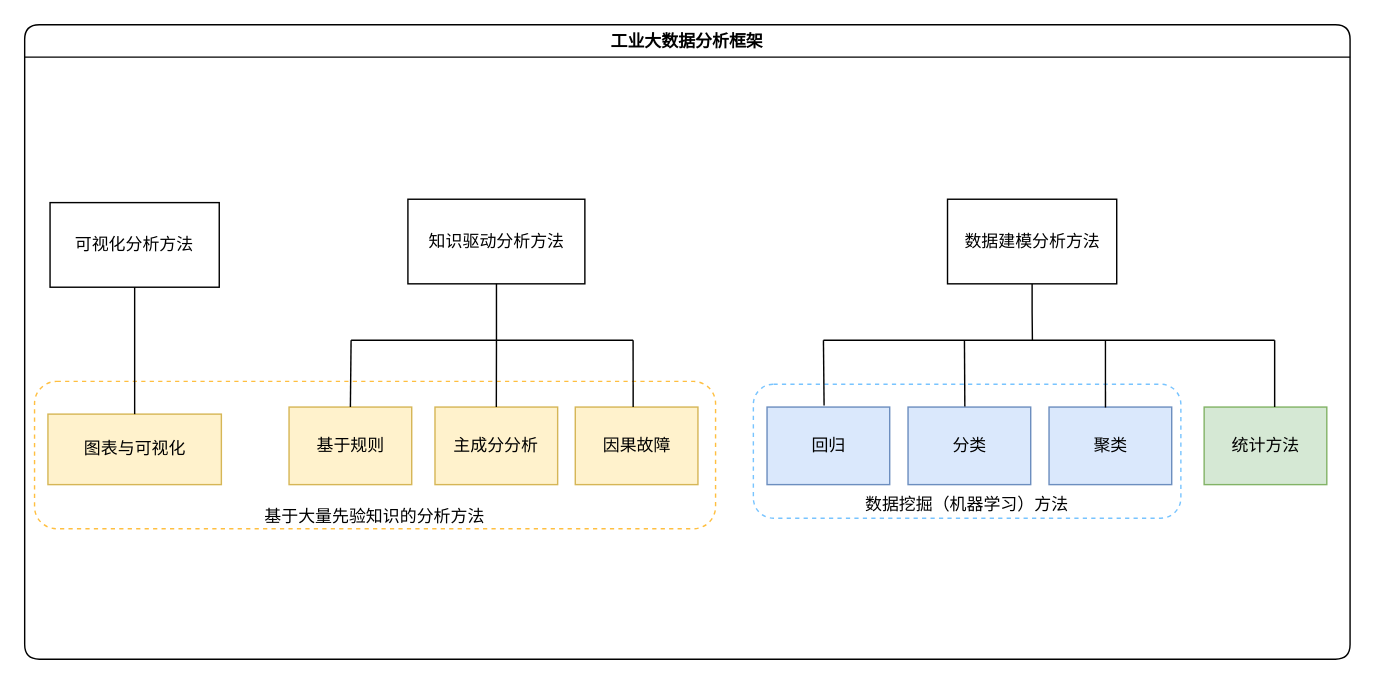
Earlier version of the draw.io diagram images/未命名绘图.drawio.xml (jkjam7/techniques). Source tidied: cells renumbered, new cells numbered last; positions are measured from the earlier drawing's top-left corner, leaving out a move shared by most shapes. Both pictures are drawn from the tidied source at 141%, with x=0, y=0 at pixel (24, 24).
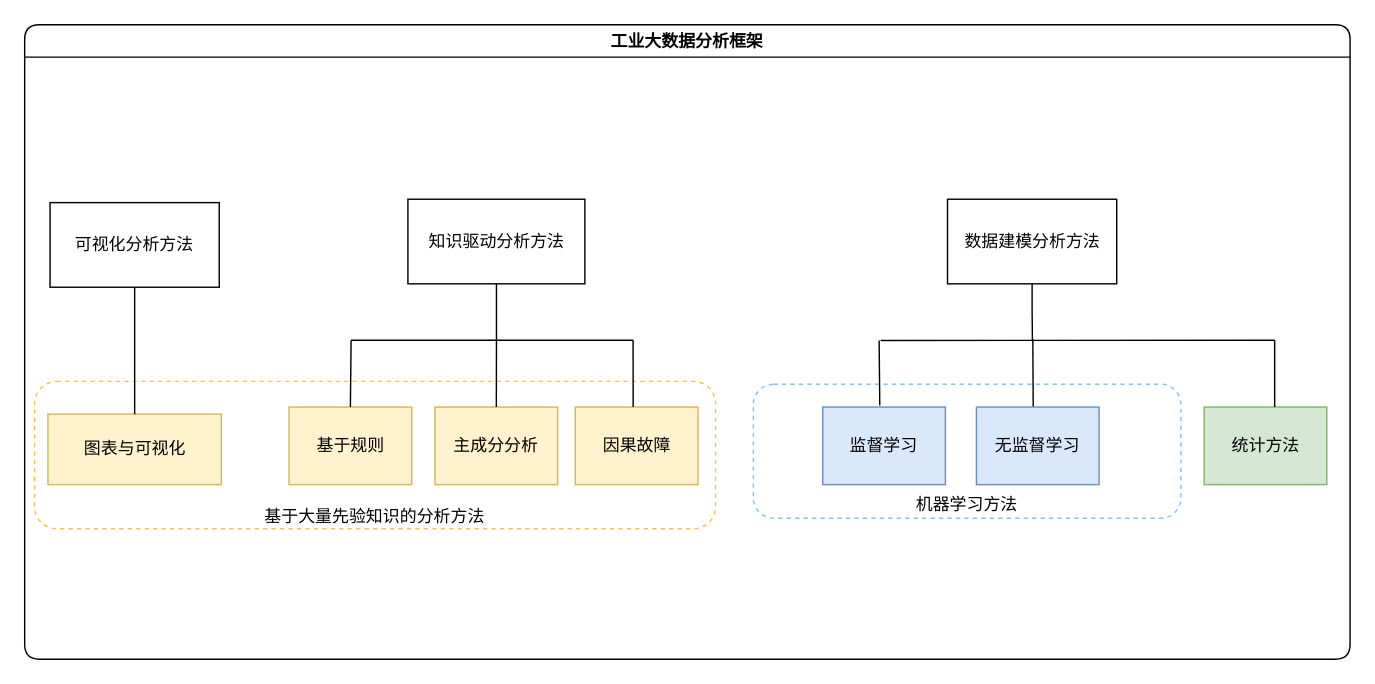
The same diagram, later.

Commit message:
更新未命名绘图.drawio.xml

Change to the diagram source:
```diff
@@
-    <mxCell id="2" value="工业大数据分析框架" style="swimlane;whiteSpace=wrap;html=1;swimlaneLine=1;rounded=1;" parent="1" vertex="1">
+    <mxCell id="2" value="工业大数据分析框架" style="swimlane;whiteSpace=wrap;html=1;swimlaneLine=1;rounded=1;fillColor=default;" parent="1" vertex="1">
       <mxGeometry width="940" height="450" as="geometry" />
     </mxCell>
@@
-    <mxCell id="4" value="数据挖掘（机器学习）方法" style="rounded=1;whiteSpace=wrap;html=1;verticalAlign=bottom;dashed=1;strokeColor=#78C4FF;" parent="2" vertex="1">
+    <mxCell id="4" value="机器学习方法" style="rounded=1;whiteSpace=wrap;html=1;verticalAlign=bottom;dashed=1;strokeColor=#78C4FF;" parent="2" vertex="1">
       <mxGeometry x="516.8" y="255" width="303.2" height="95" as="geometry" />
     </mxCell>
@@
-    <mxCell id="18" value="回归" style="rounded=0;whiteSpace=wrap;html=1;fillColor=#dae8fc;strokeColor=#6c8ebf;" parent="2" vertex="1">
-      <mxGeometry x="526.5" y="271.2" width="87" height="55" as="geometry" />
+    <mxCell id="18" value="监督学习" style="rounded=0;whiteSpace=wrap;html=1;fillColor=#dae8fc;strokeColor=#6c8ebf;" parent="2" vertex="1">
+      <mxGeometry x="566" y="271.2" width="87" height="55" as="geometry" />
     </mxCell>
-    <mxCell id="19" value="分类" style="rounded=0;whiteSpace=wrap;html=1;fillColor=#dae8fc;strokeColor=#6c8ebf;" parent="2" vertex="1">
-      <mxGeometry x="626.5" y="271.2" width="87" height="55" as="geometry" />
+    <mxCell id="19" value="无监督学习" style="rounded=0;whiteSpace=wrap;html=1;fillColor=#dae8fc;strokeColor=#6c8ebf;horizontal=1;verticalAlign=middle;rotation=0;" parent="2" vertex="1">
+      <mxGeometry x="675" y="271.2" width="87" height="55" as="geometry" />
     </mxCell>
-    <mxCell id="20" value="聚类" style="rounded=0;whiteSpace=wrap;html=1;fillColor=#dae8fc;strokeColor=#6c8ebf;" parent="2" vertex="1">
-      <mxGeometry x="726.5" y="271.2" width="87" height="55" as="geometry" />
-    </mxCell>
@@
     <mxCell id="22" style="endArrow=none;html=1;rounded=0;" parent="2" edge="1">
       <mxGeometry relative="1" as="geometry">
-        <mxPoint x="566.5" y="223.8" as="sourcePoint" />
+        <mxPoint x="607" y="224" as="sourcePoint" />
         <mxPoint x="886.5" y="223.8" as="targetPoint" />
       </mxGeometry>
     </mxCell>
     <mxCell id="23" style="endArrow=none;html=1;rounded=0;exitX=0.465;exitY=-0.021;exitDx=0;exitDy=0;exitPerimeter=0;" parent="2" edge="1" source="18">
       <mxGeometry relative="1" as="geometry">
-        <mxPoint x="566.5" y="223.8" as="targetPoint" />
+        <mxPoint x="606" y="224" as="targetPoint" />
       </mxGeometry>
     </mxCell>
     <mxCell id="24" style="endArrow=none;html=1;rounded=0;exitX=0.463;exitY=-0.007;exitDx=0;exitDy=0;exitPerimeter=0;" parent="2" edge="1" source="19">
       <mxGeometry relative="1" as="geometry">
-        <mxPoint x="666.5" y="223.8" as="targetPoint" />
+        <mxPoint x="715" y="223" as="targetPoint" />
       </mxGeometry>
     </mxCell>
-    <mxCell id="25" style="endArrow=none;html=1;rounded=0;exitX=0.46;exitY=0.004;exitDx=0;exitDy=0;exitPerimeter=0;" parent="2" edge="1" source="20">
-      <mxGeometry relative="1" as="geometry">
-        <mxPoint x="766.5" y="223.8" as="targetPoint" />
-      </mxGeometry>
-    </mxCell>
```
